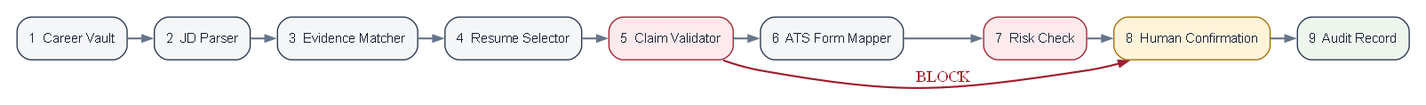
This is docs/diagrams/workflow.png from yinzzzzz007-code/applyguard, a Graphviz export, as it was before one commit. Its source is kept beside it as docs/diagrams/workflow.dot.
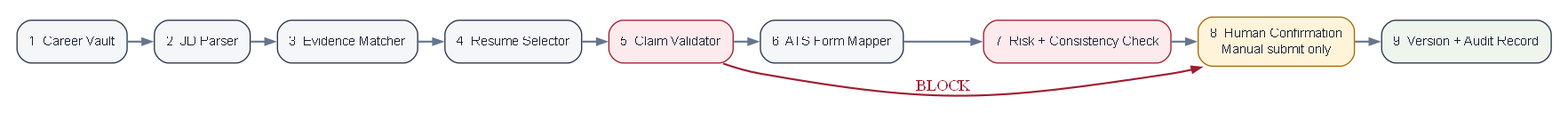
Later version of the same file.

Change to the diagram source:
```diff
@@ -8,9 +8,9 @@
   selector [label="4  Resume Selector"];
   validator [label="5  Claim Validator", fillcolor="#FCEAEC", color="#9F1D2E"];
   mapper [label="6  ATS Form Mapper"];
-  risk [label="7  Risk Check", fillcolor="#FCEAEC", color="#9F1D2E"];
-  confirm [label="8  Human Confirmation", fillcolor="#FFF4DA", color="#A36B00"];
-  audit [label="9  Audit Record", fillcolor="#EEF5EC"];
+  risk [label="7  Risk + Consistency Check", fillcolor="#FCEAEC", color="#9F1D2E"];
+  confirm [label="8  Human Confirmation\nManual submit only", fillcolor="#FFF4DA", color="#A36B00"];
+  audit [label="9  Version + Audit Record", fillcolor="#EEF5EC"];
   vault -> parser -> matcher -> selector -> validator -> mapper -> risk -> confirm -> audit;
   validator -> confirm [label="BLOCK", color="#9F1D2E", fontcolor="#9F1D2E", constraint=false];
 }
```
